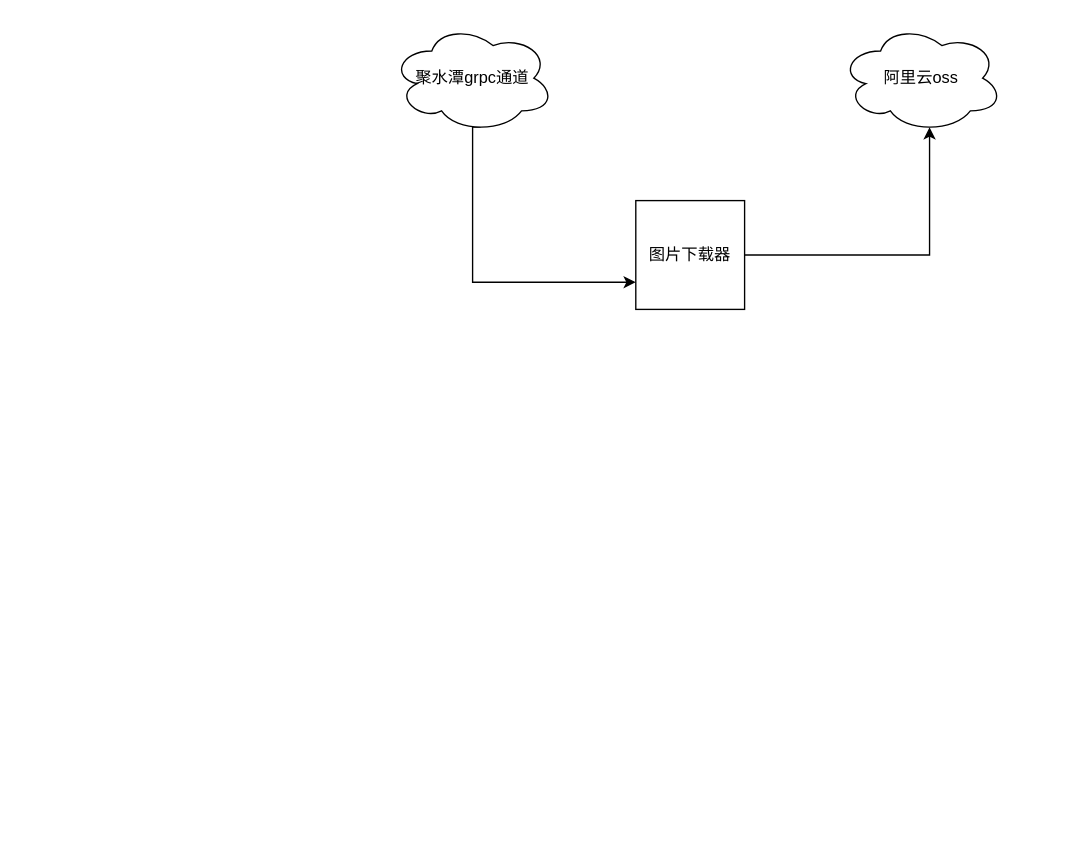
This is AI商品识图阿里云模型对接方案.drawio from hijimo/flow-pics, a draw.io file, before an edit. Source tidied: cells renumbered, new cells numbered last; positions are measured from the earlier drawing's top-left corner, leaving out a move shared by most shapes. Both pictures are drawn from the tidied source at 136%, with x=0, y=0 at pixel (390, 23).
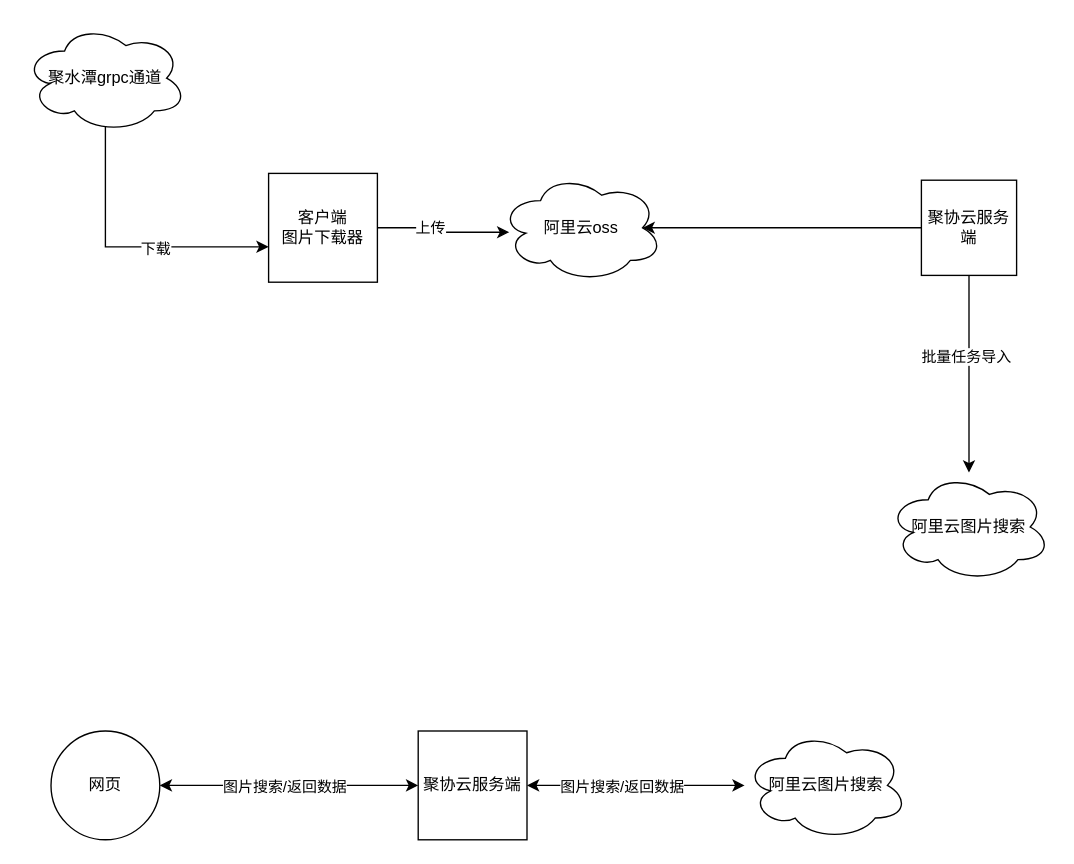
After the change.

Commit message (it also covers changes not shown here):
更新AI商品识图阿里云模型对接方案.drawio

What changed in the source:
```diff
@@
-    <mxCell id="2" value="图片下载器" style="whiteSpace=wrap;html=1;" parent="1" vertex="1">
-      <mxGeometry x="180" y="130" width="80" height="80" as="geometry" />
+    <mxCell id="2" value="&lt;div&gt;客户端&lt;/div&gt;图片下载器" style="whiteSpace=wrap;html=1;" parent="1" vertex="1">
+      <mxGeometry x="-90" y="110" width="80" height="80" as="geometry" />
     </mxCell>
     <mxCell id="3" value="阿里云oss" style="ellipse;shape=cloud;whiteSpace=wrap;html=1;" parent="1" vertex="1">
-      <mxGeometry x="330" width="120" height="80" as="geometry" />
+      <mxGeometry x="80" y="110" width="120" height="80" as="geometry" />
     </mxCell>
-    <mxCell id="4" style="edgeStyle=orthogonalEdgeStyle;rounded=0;jettySize=auto;html=1;entryX=0.55;entryY=0.95;entryDx=0;entryDy=0;entryPerimeter=0;" parent="1" edge="1" source="2" target="3">
+    <mxCell id="4" style="edgeStyle=orthogonalEdgeStyle;rounded=0;jettySize=auto;html=1;entryX=0.058;entryY=0.541;entryDx=0;entryDy=0;entryPerimeter=0;" parent="1" edge="1" source="2" target="3">
       <mxGeometry relative="1" as="geometry" />
     </mxCell>
+    <mxCell id="7" value="上传" style="edgeLabel;html=1;align=center;verticalAlign=middle;" parent="4" vertex="1">
+      <mxGeometry x="-0.25" y="1" relative="1" as="geometry" />
+    </mxCell>
-    <mxCell id="5" style="edgeStyle=orthogonalEdgeStyle;rounded=0;jettySize=auto;html=1;entryX=0;entryY=0.75;entryDx=0;entryDy=0;exitX=0.55;exitY=0.95;exitDx=0;exitDy=0;exitPerimeter=0;" parent="1" edge="1" source="6" target="2">
+    <mxCell id="5" style="edgeStyle=orthogonalEdgeStyle;rounded=0;orthogonalLoop=1;jettySize=auto;html=1;entryX=0;entryY=0.75;entryDx=0;entryDy=0;exitX=0.55;exitY=0.95;exitDx=0;exitDy=0;exitPerimeter=0;" parent="1" edge="1">
       <mxGeometry relative="1" as="geometry">
+        <mxPoint x="-204" y="50" as="sourcePoint" />
+        <mxPoint x="-90" y="164" as="targetPoint" />
         <Array as="points">
-          <mxPoint x="60" y="76" />
-          <mxPoint x="60" y="190" />
+          <mxPoint x="-210" y="50" />
+          <mxPoint x="-210" y="164" />
         </Array>
       </mxGeometry>
     </mxCell>
+    <mxCell id="8" value="下载" style="edgeLabel;html=1;align=center;verticalAlign=middle;" parent="5" vertex="1">
+      <mxGeometry x="0.3" y="-1" relative="1" as="geometry" />
+    </mxCell>
     <mxCell id="6" value="聚水潭grpc通道" style="ellipse;shape=cloud;whiteSpace=wrap;html=1;" parent="1" vertex="1">
-      <mxGeometry width="120" height="80" as="geometry" />
+      <mxGeometry x="-270" width="120" height="80" as="geometry" />
     </mxCell>
+    <mxCell id="9" style="edgeStyle=orthogonalEdgeStyle;rounded=0;jettySize=auto;html=1;" parent="1" edge="1" source="11" target="12">
+      <mxGeometry relative="1" as="geometry" />
+    </mxCell>
+    <mxCell id="10" value="批量任务导入" style="edgeLabel;html=1;align=center;verticalAlign=middle;" parent="9" vertex="1">
+      <mxGeometry x="-0.19" y="-2" relative="1" as="geometry">
+        <mxPoint x="-1" as="offset" />
+      </mxGeometry>
+    </mxCell>
+    <mxCell id="11" value="聚协云服务端" style="whiteSpace=wrap;html=1;" parent="1" vertex="1">
+      <mxGeometry x="390" y="115" width="70" height="70" as="geometry" />
+    </mxCell>
+    <mxCell id="12" value="阿里云图片搜索" style="ellipse;shape=cloud;whiteSpace=wrap;html=1;" parent="1" vertex="1">
+      <mxGeometry x="365" y="330" width="120" height="80" as="geometry" />
+    </mxCell>
+    <mxCell id="13" style="edgeStyle=orthogonalEdgeStyle;rounded=0;jettySize=auto;html=1;startArrow=classic;startFill=1;" parent="1" edge="1" source="15" target="18">
+      <mxGeometry relative="1" as="geometry" />
+    </mxCell>
+    <mxCell id="14" value="图片搜索/返回数据" style="edgeLabel;html=1;align=center;verticalAlign=middle;" parent="13" vertex="1">
+      <mxGeometry x="-0.33" y="2" relative="1" as="geometry">
+        <mxPoint x="27" y="2" as="offset" />
+      </mxGeometry>
+    </mxCell>
+    <mxCell id="15" value="网页" style="ellipse;whiteSpace=wrap;html=1;" parent="1" vertex="1">
+      <mxGeometry x="-250" y="520" width="80" height="80" as="geometry" />
+    </mxCell>
+    <mxCell id="16" style="edgeStyle=orthogonalEdgeStyle;rounded=0;jettySize=auto;html=1;startArrow=classic;startFill=1;" parent="1" edge="1" source="18" target="19">
+      <mxGeometry relative="1" as="geometry" />
+    </mxCell>
+    <mxCell id="17" value="图片搜索/返回数据" style="edgeLabel;html=1;align=center;verticalAlign=middle;" parent="16" vertex="1">
+      <mxGeometry x="-0.41" y="-2" relative="1" as="geometry">
+        <mxPoint x="22" y="-2" as="offset" />
+      </mxGeometry>
+    </mxCell>
+    <mxCell id="18" value="聚协云服务端" style="whiteSpace=wrap;html=1;" parent="1" vertex="1">
+      <mxGeometry x="20" y="520" width="80" height="80" as="geometry" />
+    </mxCell>
+    <mxCell id="19" value="阿里云图片搜索" style="ellipse;shape=cloud;whiteSpace=wrap;html=1;" parent="1" vertex="1">
+      <mxGeometry x="260" y="520" width="120" height="80" as="geometry" />
+    </mxCell>
+    <mxCell id="20" style="edgeStyle=orthogonalEdgeStyle;rounded=0;jettySize=auto;html=1;entryX=0.875;entryY=0.5;entryDx=0;entryDy=0;entryPerimeter=0;" parent="1" edge="1" source="11" target="3">
+      <mxGeometry relative="1" as="geometry" />
+    </mxCell>
```
